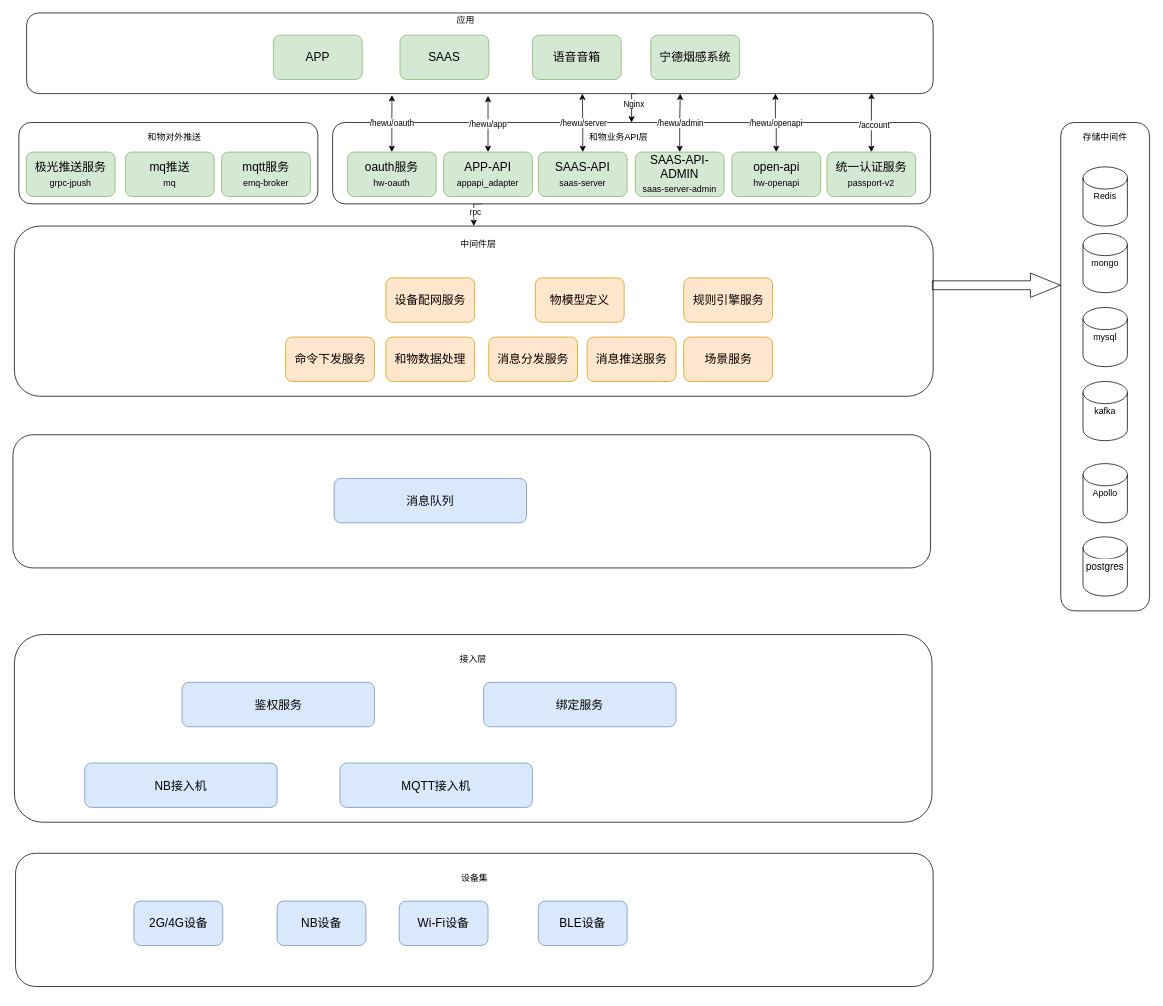
This is page "Page-2" (2 of 2) of Untitled Diagram.drawio from DcBunny/experience-summary, a draw.io file, before an edit. Source tidied: cells renumbered, new cells numbered last; positions are measured from the earlier drawing's top-left corner, leaving out a move shared by most shapes. Both pictures are drawn from the tidied source at 74%, with x=0, y=0 at pixel (13, 13).
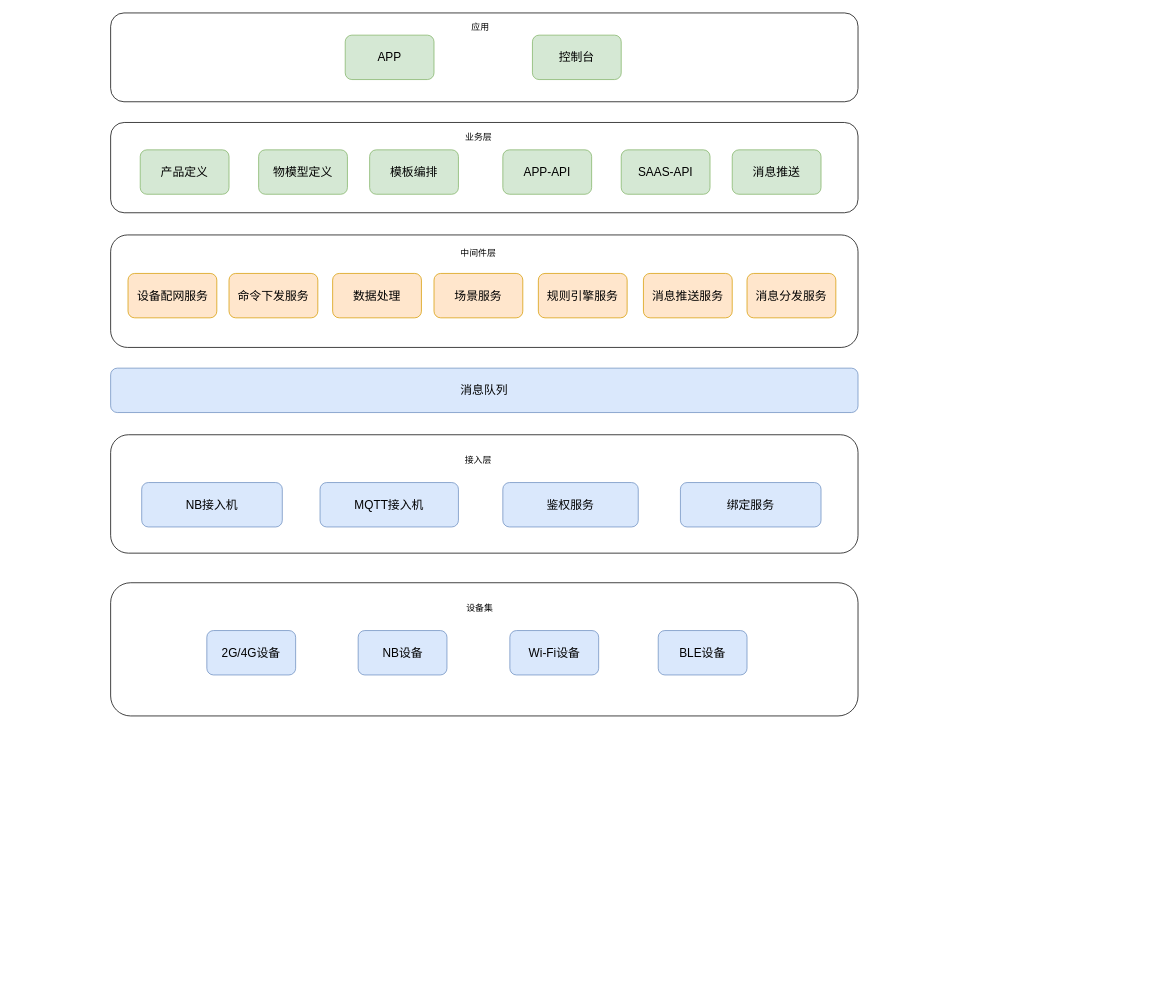
After the change.

Commit message:
物联网移动端模板应用生成技术.drawio

Diff of the diagram source:
```diff
@@
-    <mxCell id="2" style="edgeStyle=orthogonalEdgeStyle;rounded=0;jettySize=auto;html=1;exitX=0.25;exitY=1;exitDx=0;exitDy=0;entryX=0.5;entryY=0;entryDx=0;entryDy=0;" parent="1" edge="1" source="4" target="9">
-      <mxGeometry relative="1" as="geometry" />
-    </mxCell>
-    <mxCell id="3" value="rpc" style="edgeLabel;html=1;align=center;verticalAlign=middle;" parent="2" vertex="1">
-      <mxGeometry x="0.13" y="2" relative="1" as="geometry" />
-    </mxCell>
     <mxCell id="4" style="rounded=1;whiteSpace=wrap;html=1;" parent="1" vertex="1">
-      <mxGeometry x="432" y="148" width="808" height="110" as="geometry" />
+      <mxGeometry x="132" y="148" width="1010" height="122" as="geometry" />
     </mxCell>
-    <mxCell id="5" style="edgeStyle=orthogonalEdgeStyle;rounded=0;jettySize=auto;html=1;entryX=0.5;entryY=0;entryDx=0;entryDy=0;exitX=0.673;exitY=1;exitDx=0;exitDy=0;exitPerimeter=0;" parent="1" edge="1" source="7" target="4">
-      <mxGeometry relative="1" as="geometry" />
-    </mxCell>
-    <mxCell id="6" value="Nginx" style="edgeLabel;html=1;align=center;verticalAlign=middle;" parent="5" vertex="1">
-      <mxGeometry x="-0.11" y="2" relative="1" as="geometry" />
-    </mxCell>
     <mxCell id="7" style="rounded=1;whiteSpace=wrap;html=1;" parent="1" vertex="1">
-      <mxGeometry x="18.5" width="1225" height="109" as="geometry" />
+      <mxGeometry x="132" width="1010" height="120" as="geometry" />
     </mxCell>
     <mxCell id="8" style="rounded=1;whiteSpace=wrap;html=1;" parent="1" vertex="1">
-      <mxGeometry x="2" y="840" width="1240" height="253.6" as="geometry" />
+      <mxGeometry x="132" y="570" width="1010" height="160" as="geometry" />
     </mxCell>
     <mxCell id="9" style="rounded=1;whiteSpace=wrap;html=1;align=center;" parent="1" vertex="1">
-      <mxGeometry x="2" y="288" width="1241.5" height="230" as="geometry" />
+      <mxGeometry x="132" y="300" width="1010" height="152" as="geometry" />
     </mxCell>
     <mxCell id="10" value="APP" style="rounded=1;whiteSpace=wrap;html=1;fillColor=#d5e8d4;strokeColor=#82b366;fontSize=16;" parent="1" vertex="1">
-      <mxGeometry x="352" y="30" width="120" height="60" as="geometry" />
+      <mxGeometry x="449" y="30" width="120" height="60" as="geometry" />
     </mxCell>
-    <mxCell id="11" value="语音音箱" style="rounded=1;whiteSpace=wrap;html=1;fillColor=#d5e8d4;strokeColor=#82b366;fontSize=16;" parent="1" vertex="1">
-      <mxGeometry x="702" y="30" width="120" height="60" as="geometry" />
-    </mxCell>
-    <mxCell id="12" value="/hewu/app" style="edgeStyle=orthogonalEdgeStyle;rounded=0;jettySize=auto;html=1;exitX=0.5;exitY=0;exitDx=0;exitDy=0;entryX=0.509;entryY=1.028;entryDx=0;entryDy=0;entryPerimeter=0;startArrow=classic;startFill=1;" parent="1" edge="1" source="13" target="7">
-      <mxGeometry relative="1" as="geometry" />
-    </mxCell>
-    <mxCell id="13" value="APP-API&lt;br&gt;&lt;font style=&quot;font-size: 12px&quot;&gt;appapi_adapter&lt;/font&gt;" style="rounded=1;whiteSpace=wrap;html=1;fillColor=#d5e8d4;strokeColor=#82b366;fontSize=16;" parent="1" vertex="1">
-      <mxGeometry x="582" y="188" width="120" height="60" as="geometry" />
+    <mxCell id="13" value="APP-API" style="rounded=1;whiteSpace=wrap;html=1;fillColor=#d5e8d4;strokeColor=#82b366;fontSize=16;" parent="1" vertex="1">
+      <mxGeometry x="662" y="185" width="120" height="60" as="geometry" />
     </mxCell>
-    <mxCell id="14" style="edgeStyle=orthogonalEdgeStyle;rounded=0;jettySize=auto;html=1;exitX=0.5;exitY=0;exitDx=0;exitDy=0;entryX=0.613;entryY=1;entryDx=0;entryDy=0;entryPerimeter=0;startArrow=classic;startFill=1;" parent="1" edge="1" source="16" target="7">
-      <mxGeometry relative="1" as="geometry" />
-    </mxCell>
-    <mxCell id="15" value="/hewu/server" style="edgeLabel;html=1;align=center;verticalAlign=middle;" parent="14" vertex="1">
-      <mxGeometry x="-0.09" relative="1" as="geometry">
-        <mxPoint y="-4" as="offset" />
-      </mxGeometry>
-    </mxCell>
-    <mxCell id="16" value="SAAS-API&lt;br&gt;&lt;font style=&quot;font-size: 12px&quot;&gt;saas-server&lt;/font&gt;" style="rounded=1;whiteSpace=wrap;html=1;fillColor=#d5e8d4;strokeColor=#82b366;fontSize=16;" parent="1" vertex="1">
-      <mxGeometry x="710" y="188" width="120" height="60" as="geometry" />
+    <mxCell id="16" value="SAAS-API" style="rounded=1;whiteSpace=wrap;html=1;fillColor=#d5e8d4;strokeColor=#82b366;fontSize=16;" parent="1" vertex="1">
+      <mxGeometry x="822" y="185" width="120" height="60" as="geometry" />
     </mxCell>
-    <mxCell id="17" style="edgeStyle=orthogonalEdgeStyle;rounded=0;jettySize=auto;html=1;exitX=0.5;exitY=0;exitDx=0;exitDy=0;entryX=0.932;entryY=0.991;entryDx=0;entryDy=0;entryPerimeter=0;startArrow=classic;startFill=1;" parent="1" edge="1" source="19" target="7">
-      <mxGeometry relative="1" as="geometry" />
-    </mxCell>
-    <mxCell id="18" value="/account" style="edgeLabel;html=1;align=center;verticalAlign=middle;" parent="17" vertex="1">
-      <mxGeometry x="-0.07" y="-3" relative="1" as="geometry" />
-    </mxCell>
-    <mxCell id="19" value="统一认证服务&lt;br&gt;&lt;font style=&quot;font-size: 12px&quot;&gt;passport-v2&lt;/font&gt;" style="rounded=1;whiteSpace=wrap;html=1;fillColor=#d5e8d4;strokeColor=#82b366;fontSize=16;" parent="1" vertex="1">
-      <mxGeometry x="1100" y="188" width="120" height="60" as="geometry" />
-    </mxCell>
-    <mxCell id="20" value="和物数据处理" style="rounded=1;whiteSpace=wrap;html=1;fillColor=#ffe6cc;strokeColor=#d79b00;fontSize=16;" parent="1" vertex="1">
-      <mxGeometry x="504" y="438" width="120" height="60" as="geometry" />
+    <mxCell id="20" value="数据处理" style="rounded=1;whiteSpace=wrap;html=1;fillColor=#ffe6cc;strokeColor=#d79b00;fontSize=16;" parent="1" vertex="1">
+      <mxGeometry x="432" y="352" width="120" height="60" as="geometry" />
     </mxCell>
     <mxCell id="21" value="规则引擎服务" style="rounded=1;whiteSpace=wrap;html=1;fillColor=#ffe6cc;strokeColor=#d79b00;fontSize=16;" parent="1" vertex="1">
-      <mxGeometry x="906.5" y="358" width="120" height="60" as="geometry" />
+      <mxGeometry x="710" y="352" width="120" height="60" as="geometry" />
     </mxCell>
     <mxCell id="22" value="设备配网服务" style="rounded=1;whiteSpace=wrap;html=1;fillColor=#ffe6cc;strokeColor=#d79b00;fontSize=16;" parent="1" vertex="1">
-      <mxGeometry x="504" y="358" width="120" height="60" as="geometry" />
+      <mxGeometry x="155.5" y="352" width="120" height="60" as="geometry" />
     </mxCell>
     <mxCell id="23" value="中间件层" style="text;html=1;strokeColor=none;fillColor=none;align=center;verticalAlign=middle;whiteSpace=wrap;rounded=0;" parent="1" vertex="1">
-      <mxGeometry x="529" y="303" width="200" height="20" as="geometry" />
+      <mxGeometry x="529" y="315" width="200" height="20" as="geometry" />
     </mxCell>
     <mxCell id="24" value="应用" style="text;html=1;strokeColor=none;fillColor=none;align=center;verticalAlign=middle;whiteSpace=wrap;rounded=0;" parent="1" vertex="1">
-      <mxGeometry x="592" width="40" height="20" as="geometry" />
+      <mxGeometry x="612" y="10" width="40" height="20" as="geometry" />
     </mxCell>
-    <mxCell id="25" value="和物业务API层" style="text;html=1;strokeColor=none;fillColor=none;align=center;verticalAlign=middle;whiteSpace=wrap;rounded=0;" parent="1" vertex="1">
-      <mxGeometry x="776" y="158" width="85" height="20" as="geometry" />
+    <mxCell id="25" value="业务层" style="text;html=1;strokeColor=none;fillColor=none;align=center;verticalAlign=middle;whiteSpace=wrap;rounded=0;" parent="1" vertex="1">
+      <mxGeometry x="586.5" y="158" width="85" height="20" as="geometry" />
     </mxCell>
-    <mxCell id="26" value="/hewu/admin" style="edgeStyle=orthogonalEdgeStyle;rounded=0;jettySize=auto;html=1;exitX=0.5;exitY=0;exitDx=0;exitDy=0;entryX=0.721;entryY=1;entryDx=0;entryDy=0;entryPerimeter=0;startArrow=classic;startFill=1;" parent="1" edge="1" source="27" target="7">
-      <mxGeometry relative="1" as="geometry" />
-    </mxCell>
-    <mxCell id="27" value="SAAS-API-ADMIN&lt;br&gt;&lt;font style=&quot;font-size: 12px&quot;&gt;saas-server-admin&lt;/font&gt;" style="rounded=1;whiteSpace=wrap;html=1;fillColor=#d5e8d4;strokeColor=#82b366;fontSize=16;" parent="1" vertex="1">
-      <mxGeometry x="841" y="188" width="120" height="60" as="geometry" />
-    </mxCell>
-    <mxCell id="28" style="rounded=1;whiteSpace=wrap;html=1;" parent="1" vertex="1">
-      <mxGeometry x="1416" y="148" width="120" height="660" as="geometry" />
-    </mxCell>
-    <mxCell id="29" value="Redis" style="shape=cylinder2;whiteSpace=wrap;html=1;boundedLbl=1;backgroundOutline=1;size=15;" parent="1" vertex="1">
-      <mxGeometry x="1446" y="208" width="60" height="80" as="geometry" />
-    </mxCell>
-    <mxCell id="30" value="mongo" style="shape=cylinder2;whiteSpace=wrap;html=1;boundedLbl=1;backgroundOutline=1;size=15;" parent="1" vertex="1">
-      <mxGeometry x="1446" y="298" width="60" height="80" as="geometry" />
-    </mxCell>
-    <mxCell id="31" value="存储中间件" style="text;html=1;strokeColor=none;fillColor=none;align=center;verticalAlign=middle;whiteSpace=wrap;rounded=0;" parent="1" vertex="1">
-      <mxGeometry x="1436" y="158" width="80" height="20" as="geometry" />
-    </mxCell>
-    <mxCell id="32" style="shape=flexArrow;endArrow=classic;html=1;width=12;endSize=13.17;entryX=0;entryY=0.75;entryDx=0;entryDy=0;" parent="1" edge="1">
-      <mxGeometry relative="1" as="geometry">
-        <mxPoint x="1242" y="368" as="sourcePoint" />
-        <mxPoint x="1416" y="368" as="targetPoint" />
-      </mxGeometry>
-    </mxCell>
     <mxCell id="33" value="命令下发服务" style="rounded=1;whiteSpace=wrap;html=1;fillColor=#ffe6cc;strokeColor=#d79b00;fontSize=16;" parent="1" vertex="1">
-      <mxGeometry x="368.5" y="438" width="120" height="60" as="geometry" />
+      <mxGeometry x="292" y="352" width="120" height="60" as="geometry" />
     </mxCell>
     <mxCell id="34" value="场景服务" style="rounded=1;whiteSpace=wrap;html=1;fillColor=#ffe6cc;strokeColor=#d79b00;fontSize=16;" parent="1" vertex="1">
-      <mxGeometry x="906.5" y="438" width="120" height="60" as="geometry" />
+      <mxGeometry x="569" y="352" width="120" height="60" as="geometry" />
     </mxCell>
-    <mxCell id="35" value="宁德烟感系统" style="rounded=1;whiteSpace=wrap;html=1;fillColor=#d5e8d4;strokeColor=#82b366;fontSize=16;" parent="1" vertex="1">
-      <mxGeometry x="862" y="30" width="120" height="60" as="geometry" />
-    </mxCell>
-    <mxCell id="36" value="/hewu/oauth" style="edgeStyle=orthogonalEdgeStyle;rounded=0;jettySize=auto;html=1;exitX=0.5;exitY=0;exitDx=0;exitDy=0;entryX=0.403;entryY=1.018;entryDx=0;entryDy=0;entryPerimeter=0;startArrow=classic;startFill=1;" parent="1" edge="1" source="37" target="7">
-      <mxGeometry relative="1" as="geometry" />
-    </mxCell>
-    <mxCell id="37" value="oauth服务&lt;br&gt;&lt;font style=&quot;font-size: 12px&quot;&gt;hw-oauth&lt;/font&gt;" style="rounded=1;whiteSpace=wrap;html=1;fillColor=#d5e8d4;strokeColor=#82b366;fontSize=16;" parent="1" vertex="1">
-      <mxGeometry x="452" y="188" width="120" height="60" as="geometry" />
-    </mxCell>
-    <mxCell id="38" value="/hewu/openapi" style="edgeStyle=orthogonalEdgeStyle;rounded=0;jettySize=auto;html=1;exitX=0.5;exitY=0;exitDx=0;exitDy=0;entryX=0.826;entryY=1;entryDx=0;entryDy=0;entryPerimeter=0;startArrow=classic;startFill=1;" parent="1" edge="1" source="39" target="7">
-      <mxGeometry relative="1" as="geometry" />
-    </mxCell>
-    <mxCell id="39" value="open-api&lt;br&gt;&lt;span style=&quot;font-size: 12px&quot;&gt;hw-openapi&lt;/span&gt;" style="rounded=1;whiteSpace=wrap;html=1;fillColor=#d5e8d4;strokeColor=#82b366;fontSize=16;" parent="1" vertex="1">
-      <mxGeometry x="971.5" y="188" width="120" height="60" as="geometry" />
-    </mxCell>
-    <mxCell id="40" style="rounded=1;whiteSpace=wrap;html=1;" parent="1" vertex="1">
-      <mxGeometry x="8" y="148" width="404" height="110" as="geometry" />
-    </mxCell>
-    <mxCell id="41" value="mq推送&lt;br&gt;&lt;span style=&quot;font-size: 12px&quot;&gt;mq&lt;/span&gt;" style="rounded=1;whiteSpace=wrap;html=1;fillColor=#d5e8d4;strokeColor=#82b366;fontSize=16;" parent="1" vertex="1">
-      <mxGeometry x="152" y="188" width="120" height="60" as="geometry" />
-    </mxCell>
-    <mxCell id="42" value="mqtt服务&lt;br&gt;&lt;font style=&quot;font-size: 12px&quot;&gt;emq-broker&lt;/font&gt;" style="rounded=1;whiteSpace=wrap;html=1;fillColor=#d5e8d4;strokeColor=#82b366;fontSize=16;" parent="1" vertex="1">
-      <mxGeometry x="282" y="188" width="120" height="60" as="geometry" />
-    </mxCell>
-    <mxCell id="43" value="和物对外推送" style="text;html=1;strokeColor=none;fillColor=none;align=center;verticalAlign=middle;whiteSpace=wrap;rounded=0;" parent="1" vertex="1">
-      <mxGeometry x="175.5" y="158" width="85" height="20" as="geometry" />
-    </mxCell>
-    <mxCell id="44" value="极光推送服务&lt;br&gt;&lt;font style=&quot;font-size: 12px&quot;&gt;grpc-jpush&lt;/font&gt;" style="rounded=1;whiteSpace=wrap;html=1;fillColor=#d5e8d4;strokeColor=#82b366;fontSize=16;" parent="1" vertex="1">
-      <mxGeometry x="18" y="188" width="120" height="60" as="geometry" />
-    </mxCell>
     <mxCell id="45" value="消息分发服务" style="rounded=1;whiteSpace=wrap;html=1;fillColor=#ffe6cc;strokeColor=#d79b00;fontSize=16;" parent="1" vertex="1">
-      <mxGeometry x="643" y="438" width="120" height="60" as="geometry" />
+      <mxGeometry x="992" y="352" width="120" height="60" as="geometry" />
     </mxCell>
     <mxCell id="46" value="消息推送服务" style="rounded=1;whiteSpace=wrap;html=1;fillColor=#ffe6cc;strokeColor=#d79b00;fontSize=16;" parent="1" vertex="1">
-      <mxGeometry x="776" y="438" width="120" height="60" as="geometry" />
+      <mxGeometry x="852" y="352" width="120" height="60" as="geometry" />
     </mxCell>
@@
     <mxCell id="48" value="NB接入机" style="rounded=1;whiteSpace=wrap;html=1;fillColor=#dae8fc;strokeColor=#6c8ebf;fontSize=16;" parent="1" vertex="1">
-      <mxGeometry x="97" y="1013.6" width="260" height="60" as="geometry" />
+      <mxGeometry x="174" y="634.6" width="190" height="60" as="geometry" />
     </mxCell>
     <mxCell id="49" value="MQTT接入机" style="rounded=1;whiteSpace=wrap;html=1;fillColor=#dae8fc;strokeColor=#6c8ebf;fontSize=16;" parent="1" vertex="1">
-      <mxGeometry x="442" y="1013.6" width="260" height="60" as="geometry" />
+      <mxGeometry x="415" y="634.6" width="187" height="60" as="geometry" />
     </mxCell>
-    <mxCell id="50" value="SAAS" style="rounded=1;whiteSpace=wrap;html=1;fillColor=#d5e8d4;strokeColor=#82b366;fontSize=16;" parent="1" vertex="1">
-      <mxGeometry x="523" y="30" width="120" height="60" as="geometry" />
+    <mxCell id="50" value="控制台" style="rounded=1;whiteSpace=wrap;html=1;fillColor=#d5e8d4;strokeColor=#82b366;fontSize=16;" parent="1" vertex="1">
+      <mxGeometry x="702" y="30" width="120" height="60" as="geometry" />
     </mxCell>
     <mxCell id="51" value="接入层" style="text;html=1;strokeColor=none;fillColor=none;align=center;verticalAlign=middle;whiteSpace=wrap;rounded=0;" parent="1" vertex="1">
-      <mxGeometry x="522" y="863.6" width="200" height="20" as="geometry" />
+      <mxGeometry x="529" y="593.6" width="200" height="20" as="geometry" />
     </mxCell>
-    <mxCell id="52" value="mysql" style="shape=cylinder2;whiteSpace=wrap;html=1;boundedLbl=1;backgroundOutline=1;size=15;" parent="1" vertex="1">
-      <mxGeometry x="1446" y="398" width="60" height="80" as="geometry" />
-    </mxCell>
-    <mxCell id="53" value="kafka" style="shape=cylinder2;whiteSpace=wrap;html=1;boundedLbl=1;backgroundOutline=1;size=15;" parent="1" vertex="1">
-      <mxGeometry x="1446" y="498" width="60" height="80" as="geometry" />
-    </mxCell>
-    <mxCell id="54" value="Apollo" style="shape=cylinder2;whiteSpace=wrap;html=1;boundedLbl=1;backgroundOutline=1;size=15;" parent="1" vertex="1">
-      <mxGeometry x="1446" y="609" width="60" height="80" as="geometry" />
-    </mxCell>
-    <mxCell id="55" value="&lt;span style=&quot;font-family: &amp;#34;helvetica neue&amp;#34; , &amp;#34;helvetica&amp;#34; , &amp;#34;pingfang sc&amp;#34; , &amp;#34;microsoft yahei&amp;#34; , &amp;#34;source han sans sc&amp;#34; , &amp;#34;noto sans cjk sc&amp;#34; , &amp;#34;wenquanyi micro hei&amp;#34; , sans-serif ; font-size: 13.3333px ; text-align: left ; background-color: rgb(255 , 255 , 255)&quot;&gt;postgres&lt;/span&gt;" style="shape=cylinder2;whiteSpace=wrap;html=1;boundedLbl=1;backgroundOutline=1;size=15;" parent="1" vertex="1">
-      <mxGeometry x="1446" y="708" width="60" height="80" as="geometry" />
-    </mxCell>
     <mxCell id="56" style="rounded=1;whiteSpace=wrap;html=1;" parent="1" vertex="1">
-      <mxGeometry x="3.5" y="1135.6" width="1240" height="180" as="geometry" />
+      <mxGeometry x="132" y="770" width="1010" height="180" as="geometry" />
     </mxCell>
@@
     <mxCell id="58" value="2G/4G设备" style="rounded=1;whiteSpace=wrap;html=1;fillColor=#dae8fc;strokeColor=#6c8ebf;fontSize=16;" parent="1" vertex="1">
-      <mxGeometry x="163.5" y="1200.2" width="120" height="60" as="geometry" />
+      <mxGeometry x="262" y="834.6" width="120" height="60" as="geometry" />
     </mxCell>
     <mxCell id="59" value="设备集" style="text;html=1;strokeColor=none;fillColor=none;align=center;verticalAlign=middle;whiteSpace=wrap;rounded=0;" parent="1" vertex="1">
-      <mxGeometry x="523.5" y="1159.2" width="200" height="20" as="geometry" />
+      <mxGeometry x="530.5" y="793.6" width="200" height="20" as="geometry" />
     </mxCell>
     <mxCell id="60" value="NB设备" style="rounded=1;whiteSpace=wrap;html=1;fillColor=#dae8fc;strokeColor=#6c8ebf;fontSize=16;" parent="1" vertex="1">
-      <mxGeometry x="357" y="1200.2" width="120" height="60" as="geometry" />
+      <mxGeometry x="466.5" y="834.6" width="120" height="60" as="geometry" />
     </mxCell>
     <mxCell id="61" value="Wi-Fi设备" style="rounded=1;whiteSpace=wrap;html=1;fillColor=#dae8fc;strokeColor=#6c8ebf;fontSize=16;" parent="1" vertex="1">
-      <mxGeometry x="522" y="1200.2" width="120" height="60" as="geometry" />
+      <mxGeometry x="671.5" y="834.6" width="120" height="60" as="geometry" />
     </mxCell>
     <mxCell id="62" value="BLE设备" style="rounded=1;whiteSpace=wrap;html=1;fillColor=#dae8fc;strokeColor=#6c8ebf;fontSize=16;" parent="1" vertex="1">
-      <mxGeometry x="710" y="1200.2" width="120" height="60" as="geometry" />
+      <mxGeometry x="872" y="834.6" width="120" height="60" as="geometry" />
     </mxCell>
     <mxCell id="63" value="绑定服务" style="rounded=1;whiteSpace=wrap;html=1;fillColor=#dae8fc;strokeColor=#6c8ebf;fontSize=16;" parent="1" vertex="1">
-      <mxGeometry x="636" y="904.6" width="260" height="60" as="geometry" />
+      <mxGeometry x="902" y="634.6" width="190" height="60" as="geometry" />
     </mxCell>
     <mxCell id="64" value="鉴权服务" style="rounded=1;whiteSpace=wrap;html=1;fillColor=#dae8fc;strokeColor=#6c8ebf;fontSize=16;" parent="1" vertex="1">
-      <mxGeometry x="228.5" y="904.6" width="260" height="60" as="geometry" />
+      <mxGeometry x="662" y="634.6" width="183" height="60" as="geometry" />
     </mxCell>
-    <mxCell id="65" style="rounded=1;whiteSpace=wrap;html=1;" parent="1" vertex="1">
-      <mxGeometry y="570" width="1240" height="180" as="geometry" />
-    </mxCell>
     <mxCell id="66" value="消息队列" style="rounded=1;whiteSpace=wrap;html=1;fillColor=#dae8fc;strokeColor=#6c8ebf;fontSize=16;" parent="1" vertex="1">
-      <mxGeometry x="434" y="629" width="260" height="60" as="geometry" />
+      <mxGeometry x="132" y="480" width="1010" height="60" as="geometry" />
     </mxCell>
-    <mxCell id="67" value="物模型定义" style="rounded=1;whiteSpace=wrap;html=1;fillColor=#ffe6cc;strokeColor=#d79b00;fontSize=16;" parent="1" vertex="1">
-      <mxGeometry x="706" y="358" width="120" height="60" as="geometry" />
+    <mxCell id="67" value="物模型定义" style="rounded=1;whiteSpace=wrap;html=1;fillColor=#d5e8d4;strokeColor=#82b366;fontSize=16;" parent="1" vertex="1">
+      <mxGeometry x="332" y="185" width="120" height="60" as="geometry" />
     </mxCell>
+    <mxCell id="68" value="模板编排" style="rounded=1;whiteSpace=wrap;html=1;fillColor=#d5e8d4;strokeColor=#82b366;fontSize=16;" parent="1" vertex="1">
+      <mxGeometry x="482" y="185" width="120" height="60" as="geometry" />
+    </mxCell>
+    <mxCell id="69" value="消息推送" style="rounded=1;whiteSpace=wrap;html=1;fillColor=#d5e8d4;strokeColor=#82b366;fontSize=16;" parent="1" vertex="1">
+      <mxGeometry x="972" y="185" width="120" height="60" as="geometry" />
+    </mxCell>
+    <mxCell id="70" value="产品定义" style="rounded=1;whiteSpace=wrap;html=1;fillColor=#d5e8d4;strokeColor=#82b366;fontSize=16;" parent="1" vertex="1">
+      <mxGeometry x="172" y="185" width="120" height="60" as="geometry" />
+    </mxCell>
```
